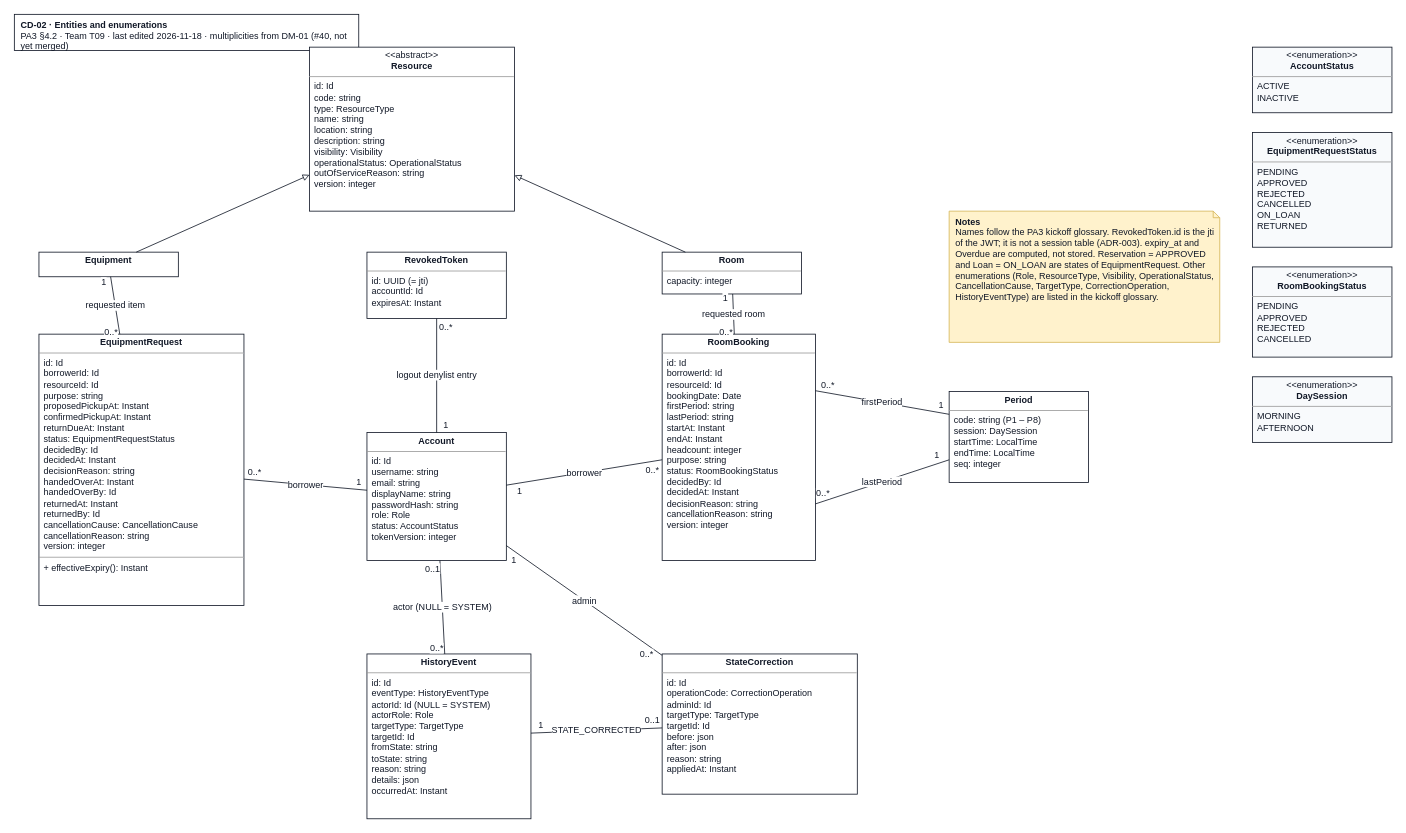
JuliaTrang/T09-CampusBorrow keeps this draw.io diagram as docs/design/diagrams/CD-02_entities.drawio. Above is the earlier version. Source tidied: cells renumbered, new cells numbered last; positions are measured from the earlier drawing's top-left corner, leaving out a move shared by most shapes. Both pictures are drawn from the tidied source at 82%, with x=0, y=0 at pixel (14, 14).
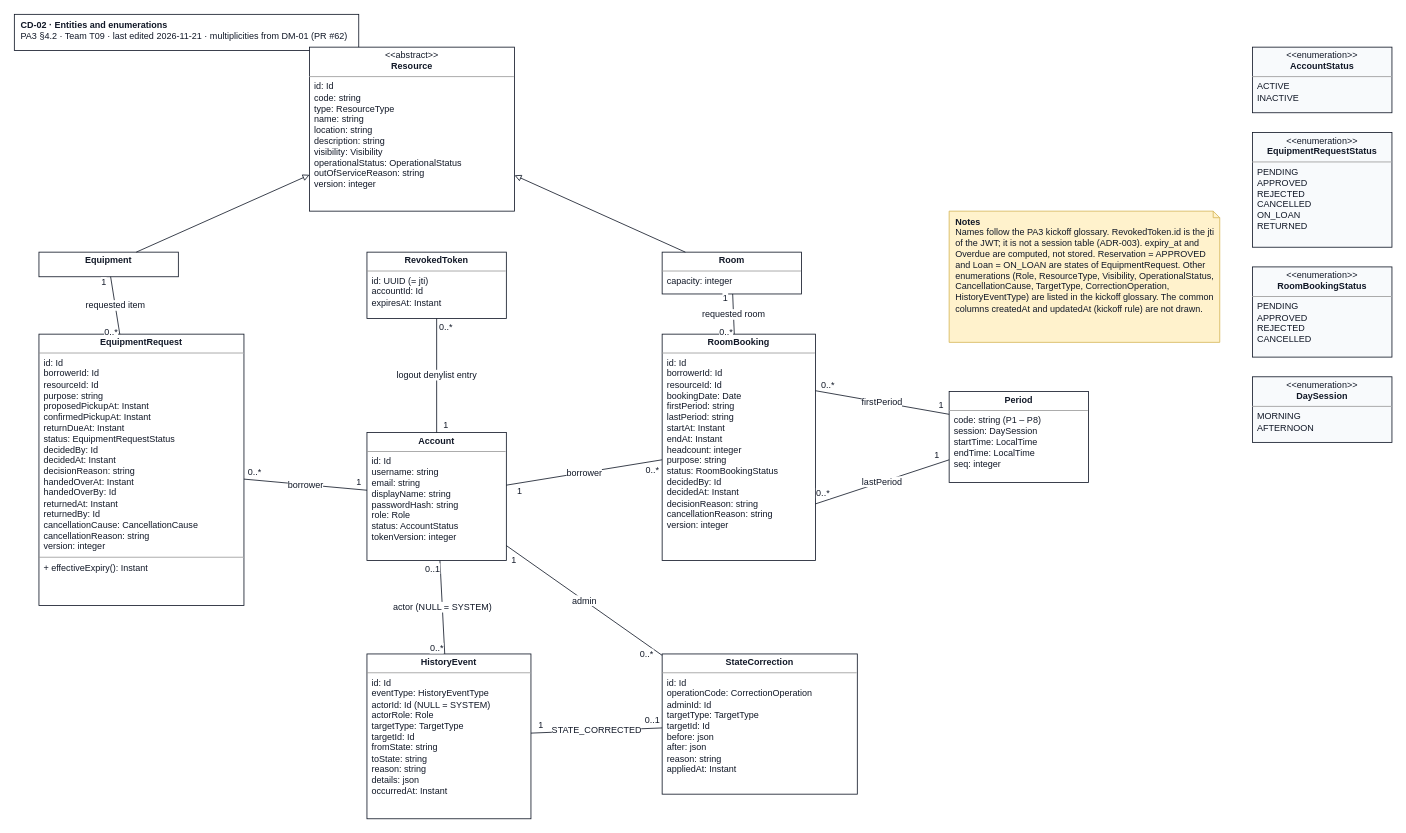
The same page after the edit.

Diff of the diagram source:
```diff
@@
-    <mxCell id="2" value="&lt;b&gt;CD-02 · Entities and enumerations&lt;/b&gt;&lt;br&gt;PA3 §4.2 · Team T09 · last edited 2026-11-18 · multiplicities from DM-01 (#40, not yet merged)" style="rounded=0;whiteSpace=wrap;html=1;align=left;verticalAlign=top;spacingLeft=6;strokeColor=#111827;fillColor=#ffffff;fontFamily=Arial;fontSize=11;fontColor=#111827;" parent="1" vertex="1">
+    <mxCell id="2" value="&lt;b&gt;CD-02 · Entities and enumerations&lt;/b&gt;&lt;br&gt;PA3 §4.2 · Team T09 · last edited 2026-11-21 · multiplicities from DM-01 (PR #62)" style="rounded=0;whiteSpace=wrap;html=1;align=left;verticalAlign=top;spacingLeft=6;strokeColor=#111827;fillColor=#ffffff;fontFamily=Arial;fontSize=11;fontColor=#111827;" parent="1" vertex="1">
       <mxGeometry width="420" height="44" as="geometry" />
     </mxCell>
@@
-    <mxCell id="49" value="&lt;b&gt;Notes&lt;/b&gt;&lt;br&gt;Names follow the PA3 kickoff glossary. RevokedToken.id is the jti of the JWT; it is not a session table (ADR-003). expiry_at and Overdue are computed, not stored. Reservation = APPROVED and Loan = ON_LOAN are states of EquipmentRequest. Other enumerations (Role, ResourceType, Visibility, OperationalStatus, CancellationCause, TargetType, CorrectionOperation, HistoryEventType) are listed in the kickoff glossary." style="shape=note;size=8;whiteSpace=wrap;html=1;align=left;verticalAlign=top;spacingLeft=6;fillColor=#fff2cc;strokeColor=#d6b656;fontFamily=Arial;fontSize=11;fontColor=#111827;" parent="1" vertex="1">
+    <mxCell id="49" value="&lt;b&gt;Notes&lt;/b&gt;&lt;br&gt;Names follow the PA3 kickoff glossary. RevokedToken.id is the jti of the JWT; it is not a session table (ADR-003). expiry_at and Overdue are computed, not stored. Reservation = APPROVED and Loan = ON_LOAN are states of EquipmentRequest. Other enumerations (Role, ResourceType, Visibility, OperationalStatus, CancellationCause, TargetType, CorrectionOperation, HistoryEventType) are listed in the kickoff glossary. The common columns createdAt and updatedAt (kickoff rule) are not drawn." style="shape=note;size=8;whiteSpace=wrap;html=1;align=left;verticalAlign=top;spacingLeft=6;fillColor=#fff2cc;strokeColor=#d6b656;fontFamily=Arial;fontSize=11;fontColor=#111827;" parent="1" vertex="1">
       <mxGeometry x="1140" y="240" width="330" height="160" as="geometry" />
     </mxCell>
```
